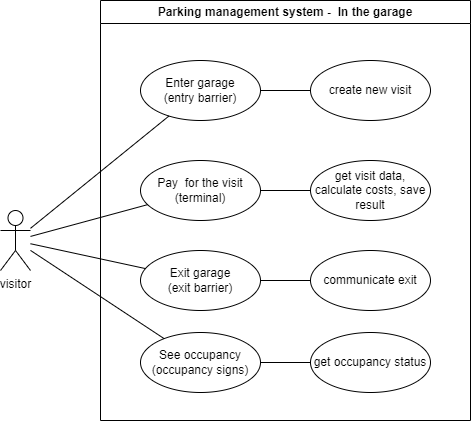
msi-cad-vw/.github keeps this draw.io diagram as docu/submissionArchitecture/img/useCase_diagram.png. Above is the earlier version. Source tidied: cells renumbered, new cells last; positions are measured from the earlier drawing's top-left corner, leaving out a move shared by most shapes. Source of this version:
```xml
<mxGraphModel>
  <root>
    <mxCell id="0" />
    <mxCell id="1" parent="0" />
    <mxCell id="2" value="Parking management system -&amp;nbsp; In the garage" style="swimlane;whiteSpace=wrap;html=1;" parent="1" vertex="1">
      <mxGeometry x="100" width="370" height="420" as="geometry" />
    </mxCell>
    <mxCell id="3" style="edgeStyle=none;rounded=0;jumpStyle=gap;jettySize=auto;html=1;endArrow=none;endFill=0;" parent="2" edge="1" source="4" target="5">
      <mxGeometry relative="1" as="geometry" />
    </mxCell>
    <mxCell id="4" value="Enter garage&lt;br&gt;(entry barrier)" style="ellipse;whiteSpace=wrap;html=1;" parent="2" vertex="1">
      <mxGeometry x="40" y="60" width="120" height="60" as="geometry" />
    </mxCell>
    <mxCell id="5" value="create new visit" style="ellipse;whiteSpace=wrap;html=1;" parent="2" vertex="1">
      <mxGeometry x="210" y="60" width="120" height="60" as="geometry" />
    </mxCell>
    <mxCell id="6" style="edgeStyle=none;rounded=0;jumpStyle=gap;jettySize=auto;html=1;endArrow=none;endFill=0;" parent="2" edge="1" source="7" target="10">
      <mxGeometry relative="1" as="geometry" />
    </mxCell>
    <mxCell id="7" value="Pay&amp;nbsp; for the visit&lt;br&gt;(terminal)" style="ellipse;whiteSpace=wrap;html=1;" parent="2" vertex="1">
      <mxGeometry x="40" y="160" width="120" height="60" as="geometry" />
    </mxCell>
    <mxCell id="8" style="edgeStyle=none;rounded=0;jumpStyle=gap;jettySize=auto;html=1;endArrow=none;endFill=0;" parent="2" edge="1" source="9" target="11">
      <mxGeometry relative="1" as="geometry" />
    </mxCell>
    <mxCell id="9" value="Exit garage&lt;br&gt;(exit barrier)" style="ellipse;whiteSpace=wrap;html=1;" parent="2" vertex="1">
      <mxGeometry x="40" y="250" width="120" height="60" as="geometry" />
    </mxCell>
    <mxCell id="10" value="get visit data, calculate costs, save result" style="ellipse;whiteSpace=wrap;html=1;" parent="2" vertex="1">
      <mxGeometry x="210" y="160" width="120" height="60" as="geometry" />
    </mxCell>
    <mxCell id="11" value="communicate exit" style="ellipse;whiteSpace=wrap;html=1;" parent="2" vertex="1">
      <mxGeometry x="210" y="250" width="120" height="60" as="geometry" />
    </mxCell>
    <mxCell id="12" style="edgeStyle=none;rounded=0;jumpStyle=gap;jettySize=auto;html=1;endArrow=none;endFill=0;" parent="2" edge="1" source="13" target="14">
      <mxGeometry relative="1" as="geometry" />
    </mxCell>
    <mxCell id="13" value="See occupancy&lt;br&gt;(occupancy signs)" style="ellipse;whiteSpace=wrap;html=1;" parent="2" vertex="1">
      <mxGeometry x="40" y="332" width="120" height="60" as="geometry" />
    </mxCell>
    <mxCell id="14" value="get occupancy status" style="ellipse;whiteSpace=wrap;html=1;" parent="2" vertex="1">
      <mxGeometry x="210" y="332" width="120" height="60" as="geometry" />
    </mxCell>
    <mxCell id="15" style="edgeStyle=none;rounded=0;jettySize=auto;html=1;endArrow=none;endFill=0;" parent="1" edge="1" source="19" target="4">
      <mxGeometry relative="1" as="geometry" />
    </mxCell>
    <mxCell id="16" style="edgeStyle=none;rounded=0;jumpStyle=gap;jettySize=auto;html=1;endArrow=none;endFill=0;" parent="1" edge="1" source="19" target="9">
      <mxGeometry relative="1" as="geometry" />
    </mxCell>
    <mxCell id="17" style="edgeStyle=none;rounded=0;jumpStyle=gap;jettySize=auto;html=1;endArrow=none;endFill=0;" parent="1" edge="1" source="19" target="7">
      <mxGeometry relative="1" as="geometry" />
    </mxCell>
    <mxCell id="18" style="edgeStyle=none;rounded=0;jumpStyle=gap;jettySize=auto;html=1;endArrow=none;endFill=0;" parent="1" edge="1" source="19" target="13">
      <mxGeometry relative="1" as="geometry" />
    </mxCell>
    <mxCell id="19" value="visitor" style="shape=umlActor;verticalLabelPosition=bottom;verticalAlign=top;html=1;outlineConnect=0;" parent="1" vertex="1">
      <mxGeometry y="210" width="30" height="60" as="geometry" />
    </mxCell>
  </root>
</mxGraphModel>
```
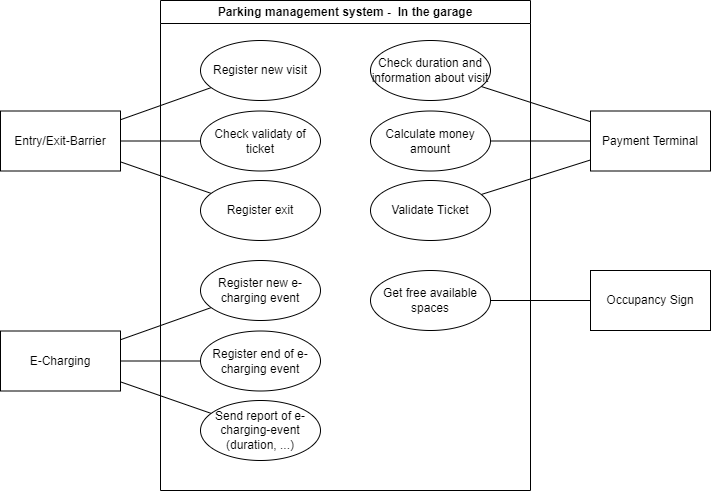
Later version of the same file.

What changed in the source:
```diff
@@ -3,58 +3,82 @@
     <mxCell id="0" />
     <mxCell id="1" parent="0" />
     <mxCell id="2" value="Parking management system -&amp;nbsp; In the garage" style="swimlane;whiteSpace=wrap;html=1;" parent="1" vertex="1">
-      <mxGeometry x="100" width="370" height="420" as="geometry" />
+      <mxGeometry x="100" width="370" height="490" as="geometry" />
     </mxCell>
-    <mxCell id="3" style="edgeStyle=none;rounded=0;jumpStyle=gap;jettySize=auto;html=1;endArrow=none;endFill=0;" parent="2" edge="1" source="4" target="5">
-      <mxGeometry relative="1" as="geometry" />
+    <mxCell id="3" value="Register new visit" style="ellipse;whiteSpace=wrap;html=1;" parent="2" vertex="1">
+      <mxGeometry x="40" y="40" width="120" height="60" as="geometry" />
     </mxCell>
-    <mxCell id="4" value="Enter garage&lt;br&gt;(entry barrier)" style="ellipse;whiteSpace=wrap;html=1;" parent="2" vertex="1">
-      <mxGeometry x="40" y="60" width="120" height="60" as="geometry" />
+    <mxCell id="4" value="Check validaty of ticket" style="ellipse;whiteSpace=wrap;html=1;" parent="2" vertex="1">
+      <mxGeometry x="40" y="110.5" width="120" height="60" as="geometry" />
     </mxCell>
-    <mxCell id="5" value="create new visit" style="ellipse;whiteSpace=wrap;html=1;" parent="2" vertex="1">
-      <mxGeometry x="210" y="60" width="120" height="60" as="geometry" />
+    <mxCell id="5" value="Register exit" style="ellipse;whiteSpace=wrap;html=1;" parent="2" vertex="1">
+      <mxGeometry x="40" y="180" width="120" height="60" as="geometry" />
     </mxCell>
-    <mxCell id="6" style="edgeStyle=none;rounded=0;jumpStyle=gap;jettySize=auto;html=1;endArrow=none;endFill=0;" parent="2" edge="1" source="7" target="10">
-      <mxGeometry relative="1" as="geometry" />
+    <mxCell id="6" value="Validate Ticket" style="ellipse;whiteSpace=wrap;html=1;" parent="2" vertex="1">
+      <mxGeometry x="210" y="180" width="120" height="60" as="geometry" />
     </mxCell>
-    <mxCell id="7" value="Pay&amp;nbsp; for the visit&lt;br&gt;(terminal)" style="ellipse;whiteSpace=wrap;html=1;" parent="2" vertex="1">
-      <mxGeometry x="40" y="160" width="120" height="60" as="geometry" />
+    <mxCell id="7" value="Calculate money amount" style="ellipse;whiteSpace=wrap;html=1;" parent="2" vertex="1">
+      <mxGeometry x="210" y="110.5" width="120" height="60" as="geometry" />
     </mxCell>
-    <mxCell id="8" style="edgeStyle=none;rounded=0;jumpStyle=gap;jettySize=auto;html=1;endArrow=none;endFill=0;" parent="2" edge="1" source="9" target="11">
-      <mxGeometry relative="1" as="geometry" />
+    <mxCell id="8" value="Check duration and information about visit" style="ellipse;whiteSpace=wrap;html=1;" parent="2" vertex="1">
+      <mxGeometry x="210" y="40" width="120" height="60" as="geometry" />
     </mxCell>
-    <mxCell id="9" value="Exit garage&lt;br&gt;(exit barrier)" style="ellipse;whiteSpace=wrap;html=1;" parent="2" vertex="1">
-      <mxGeometry x="40" y="250" width="120" height="60" as="geometry" />
+    <mxCell id="9" value="Get free available spaces" style="ellipse;whiteSpace=wrap;html=1;" parent="2" vertex="1">
+      <mxGeometry x="210" y="270" width="120" height="60" as="geometry" />
     </mxCell>
-    <mxCell id="10" value="get visit data, calculate costs, save result" style="ellipse;whiteSpace=wrap;html=1;" parent="2" vertex="1">
-      <mxGeometry x="210" y="160" width="120" height="60" as="geometry" />
+    <mxCell id="10" style="edgeStyle=none;rounded=0;jettySize=auto;html=1;endArrow=none;endFill=0;" parent="1" edge="1" source="13" target="3">
+      <mxGeometry relative="1" as="geometry" />
     </mxCell>
-    <mxCell id="11" value="communicate exit" style="ellipse;whiteSpace=wrap;html=1;" parent="2" vertex="1">
-      <mxGeometry x="210" y="250" width="120" height="60" as="geometry" />
+    <mxCell id="11" style="rounded=0;jettySize=auto;html=1;endArrow=none;endFill=0;" parent="1" edge="1" source="13" target="4">
+      <mxGeometry relative="1" as="geometry" />
     </mxCell>
-    <mxCell id="12" style="edgeStyle=none;rounded=0;jumpStyle=gap;jettySize=auto;html=1;endArrow=none;endFill=0;" parent="2" edge="1" source="13" target="14">
+    <mxCell id="12" style="edgeStyle=none;rounded=0;jettySize=auto;html=1;endArrow=none;endFill=0;" parent="1" edge="1" source="13" target="5">
       <mxGeometry relative="1" as="geometry" />
     </mxCell>
-    <mxCell id="13" value="See occupancy&lt;br&gt;(occupancy signs)" style="ellipse;whiteSpace=wrap;html=1;" parent="2" vertex="1">
-      <mxGeometry x="40" y="332" width="120" height="60" as="geometry" />
+    <mxCell id="13" value="Entry/Exit-Barrier" style="rounded=0;whiteSpace=wrap;html=1;" parent="1" vertex="1">
+      <mxGeometry x="-60" y="110.5" width="120" height="60" as="geometry" />
     </mxCell>
-    <mxCell id="14" value="get occupancy status" style="ellipse;whiteSpace=wrap;html=1;" parent="2" vertex="1">
-      <mxGeometry x="210" y="332" width="120" height="60" as="geometry" />
+    <mxCell id="14" style="edgeStyle=none;rounded=0;jettySize=auto;html=1;endArrow=none;endFill=0;" parent="1" edge="1" source="17" target="6">
+      <mxGeometry relative="1" as="geometry" />
     </mxCell>
-    <mxCell id="15" style="edgeStyle=none;rounded=0;jettySize=auto;html=1;endArrow=none;endFill=0;" parent="1" edge="1" source="19" target="4">
+    <mxCell id="15" style="edgeStyle=none;rounded=0;jettySize=auto;html=1;endArrow=none;endFill=0;" parent="1" edge="1" source="17" target="7">
       <mxGeometry relative="1" as="geometry" />
     </mxCell>
-    <mxCell id="16" style="edgeStyle=none;rounded=0;jumpStyle=gap;jettySize=auto;html=1;endArrow=none;endFill=0;" parent="1" edge="1" source="19" target="9">
+    <mxCell id="16" style="edgeStyle=none;rounded=0;jettySize=auto;html=1;endArrow=none;endFill=0;" parent="1" edge="1" source="17" target="8">
       <mxGeometry relative="1" as="geometry" />
     </mxCell>
-    <mxCell id="17" style="edgeStyle=none;rounded=0;jumpStyle=gap;jettySize=auto;html=1;endArrow=none;endFill=0;" parent="1" edge="1" source="19" target="7">
-      <mxGeometry relative="1" as="geometry" />
+    <mxCell id="17" value="Payment Terminal" style="rounded=0;whiteSpace=wrap;html=1;" parent="1" vertex="1">
+      <mxGeometry x="530" y="110.5" width="120" height="60" as="geometry" />
     </mxCell>
-    <mxCell id="18" style="edgeStyle=none;rounded=0;jumpStyle=gap;jettySize=auto;html=1;endArrow=none;endFill=0;" parent="1" edge="1" source="19" target="13">
+    <mxCell id="18" style="edgeStyle=none;rounded=0;orthogonalLoop=1;jettySize=auto;html=1;exitX=0.5;exitY=1;exitDx=0;exitDy=0;endArrow=none;endFill=0;" parent="1" edge="1" source="17" target="17">
       <mxGeometry relative="1" as="geometry" />
     </mxCell>
-    <mxCell id="19" value="visitor" style="shape=umlActor;verticalLabelPosition=bottom;verticalAlign=top;html=1;outlineConnect=0;" parent="1" vertex="1">
-      <mxGeometry y="210" width="30" height="60" as="geometry" />
+    <mxCell id="19" style="edgeStyle=none;rounded=0;jettySize=auto;html=1;endArrow=none;endFill=0;" parent="1" edge="1" source="20" target="9">
+      <mxGeometry relative="1" as="geometry" />
     </mxCell>
+    <mxCell id="20" value="Occupancy Sign" style="rounded=0;whiteSpace=wrap;html=1;" parent="1" vertex="1">
+      <mxGeometry x="530" y="270" width="120" height="60" as="geometry" />
+    </mxCell>
+    <mxCell id="21" value="Register new e-charging event" style="ellipse;whiteSpace=wrap;html=1;" parent="1" vertex="1">
+      <mxGeometry x="140" y="260" width="120" height="60" as="geometry" />
+    </mxCell>
+    <mxCell id="22" value="Register end of e-charging event" style="ellipse;whiteSpace=wrap;html=1;" parent="1" vertex="1">
+      <mxGeometry x="140" y="330.5" width="120" height="60" as="geometry" />
+    </mxCell>
+    <mxCell id="23" value="Send report of e-charging-event (duration, ...)" style="ellipse;whiteSpace=wrap;html=1;" parent="1" vertex="1">
+      <mxGeometry x="140" y="400" width="120" height="60" as="geometry" />
+    </mxCell>
+    <mxCell id="24" style="edgeStyle=none;rounded=0;jettySize=auto;html=1;endArrow=none;endFill=0;" parent="1" edge="1" source="27" target="21">
+      <mxGeometry relative="1" as="geometry" />
+    </mxCell>
+    <mxCell id="25" style="rounded=0;jettySize=auto;html=1;endArrow=none;endFill=0;" parent="1" edge="1" source="27" target="22">
+      <mxGeometry relative="1" as="geometry" />
+    </mxCell>
+    <mxCell id="26" style="edgeStyle=none;rounded=0;jettySize=auto;html=1;endArrow=none;endFill=0;" parent="1" edge="1" source="27" target="23">
+      <mxGeometry relative="1" as="geometry" />
+    </mxCell>
+    <mxCell id="27" value="E-Charging" style="rounded=0;whiteSpace=wrap;html=1;" parent="1" vertex="1">
+      <mxGeometry x="-60" y="330.5" width="120" height="60" as="geometry" />
+    </mxCell>
   </root>
 </mxGraphModel>
```
